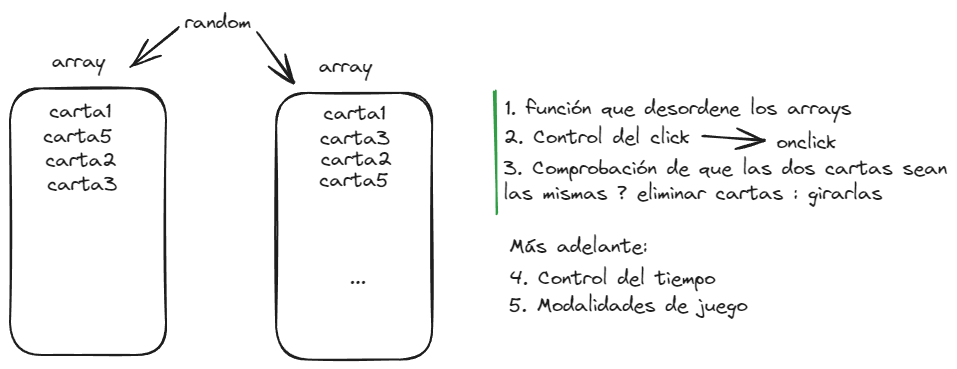
Before: esquema.excalidraw.png, a diagram exported from Excalidraw (TCM-Noel/P100_LM). Source tidied: one line per element, renumbered; positions are measured from the earlier drawing's top-left corner, leaving out a move shared by most shapes.
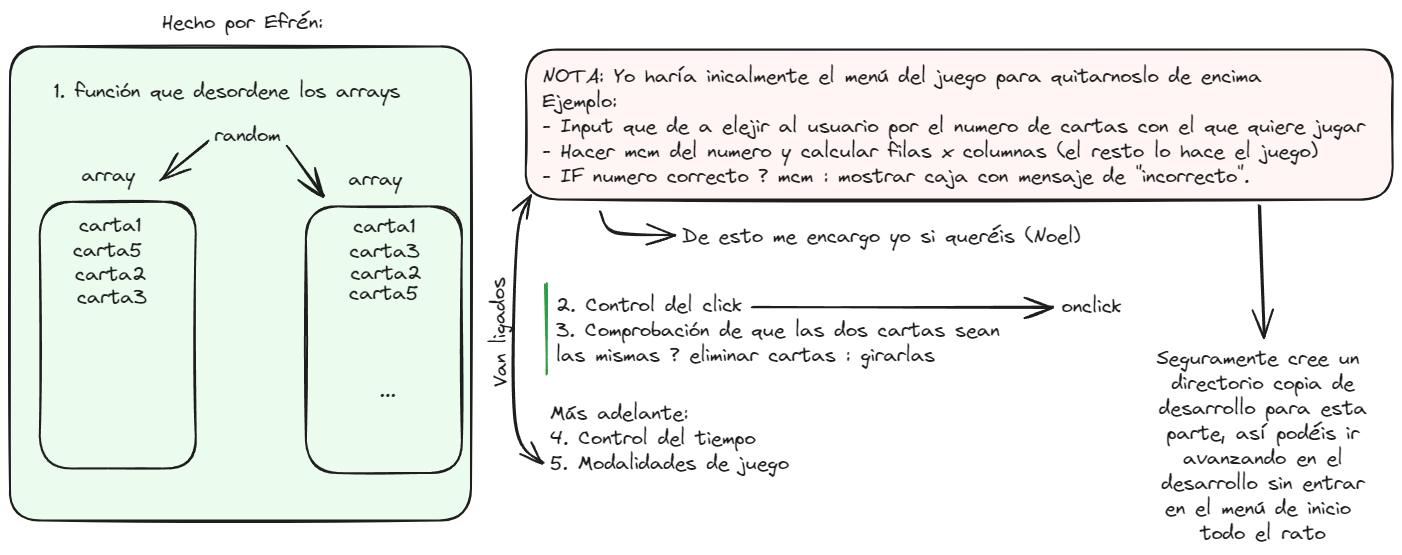
Above is the later version.

Commit message:
Cambios en el esquema para orientarnos

What changed in the source:
```diff
@@ -1,3 +1,5 @@
+{"id": 25, "type": "rectangle", "strokeColor": "#1e1e1e", "backgroundColor": "#fff5f5", "fillStyle": "solid", "strokeWidth": 2, "roughness": 1, "round": true, "x": 486, "y": -74, "width": 867, "height": 150}
+{"id": 26, "type": "rectangle", "strokeColor": "#1e1e1e", "backgroundColor": "#ebfbee", "fillStyle": "solid", "strokeWidth": 2, "roughness": 1, "round": true, "x": -30, "y": -77, "width": 461, "height": 474}
 {"id": 0, "type": "rectangle", "strokeColor": "#1e1e1e", "strokeWidth": 2, "roughness": 1, "round": true, "x": 0, "y": 78, "width": 156, "height": 267}
 {"id": 1, "type": "text", "text": "array", "strokeColor": "#1e1e1e", "strokeWidth": 2, "roughness": 1, "fontSize": 20, "fontFamily": 1, "x": 42, "y": 39, "width": 53, "height": 25}
 {"id": 2, "type": "rectangle", "strokeColor": "#1e1e1e", "strokeWidth": 2, "roughness": 1, "round": true, "x": 266, "y": 83, "width": 156, "height": 267}
@@ -13,13 +15,18 @@
 {"id": 12, "type": "text", "text": "carta2", "strokeColor": "#1e1e1e", "strokeWidth": 2, "roughness": 1, "fontSize": 20, "fontFamily": 1, "x": 35, "y": 138, "width": 71, "height": 25}
 {"id": 13, "type": "text", "text": "carta3", "strokeColor": "#1e1e1e", "strokeWidth": 2, "roughness": 1, "fontSize": 20, "fontFamily": 1, "x": 37, "y": 162, "width": 70, "height": 25}
 {"id": 14, "type": "text", "text": "carta5", "strokeColor": "#1e1e1e", "strokeWidth": 2, "roughness": 1, "fontSize": 20, "fontFamily": 1, "x": 33, "y": 114, "width": 69, "height": 25}
-{"id": 15, "type": "text", "text": "1. función que desordene los arrays", "strokeColor": "#1e1e1e", "backgroundColor": "#b2f2bb", "fillStyle": "solid", "strokeWidth": 2, "roughness": 1, "fontSize": 20, "fontFamily": 1, "x": 495, "y": 86, "width": 346, "height": 25}
+{"id": 15, "type": "text", "text": "1. función que desordene los arrays", "strokeColor": "#1e1e1e", "backgroundColor": "#b2f2bb", "fillStyle": "solid", "strokeWidth": 2, "roughness": 1, "fontSize": 20, "fontFamily": 1, "x": 14, "y": -44, "width": 346, "height": 25}
-{"id": 16, "type": "text", "text": "2. Control del click", "strokeColor": "#1e1e1e", "backgroundColor": "#b2f2bb", "fillStyle": "solid", "strokeWidth": 2, "roughness": 1, "fontSize": 20, "fontFamily": 1, "x": 493, "y": 115, "width": 186, "height": 25}
+{"id": 16, "type": "text", "text": "2. Control del click\n3. Comprobación de que las dos cartas sean\nlas mismas ? eliminar cartas : girarlas", "strokeColor": "#1e1e1e", "backgroundColor": "#b2f2bb", "fillStyle": "solid", "strokeWidth": 2, "roughness": 1, "fontSize": 20, "fontFamily": 1, "x": 516, "y": 169, "width": 444, "height": 75}
-{"id": 17, "type": "arrow", "strokeColor": "#1e1e1e", "backgroundColor": "#b2f2bb", "fillStyle": "solid", "strokeWidth": 2, "roughness": 1, "endArrowhead": "arrow", "round": true, "from": 16, "to": 18, "x": 693, "y": 125, "width": 60, "height": 5, "points": [[0, 0], [60, 5]]}
+{"id": 17, "type": "arrow", "strokeColor": "#1e1e1e", "backgroundColor": "#b2f2bb", "fillStyle": "solid", "strokeWidth": 2, "roughness": 1, "endArrowhead": "arrow", "round": true, "to": 18, "x": 713, "y": 183, "width": 299, "height": 1, "points": [[0, 0], [299, 1]]}
-{"id": 18, "type": "text", "text": "onclick", "strokeColor": "#1e1e1e", "backgroundColor": "#b2f2bb", "fillStyle": "solid", "strokeWidth": 2, "roughness": 1, "fontSize": 20, "fontFamily": 1, "x": 766, "y": 120, "width": 60, "height": 25}
+{"id": 18, "type": "text", "text": "onclick", "strokeColor": "#1e1e1e", "backgroundColor": "#b2f2bb", "fillStyle": "solid", "strokeWidth": 2, "roughness": 1, "fontSize": 20, "fontFamily": 1, "x": 1022, "y": 171, "width": 60, "height": 25}
-{"id": 19, "type": "text", "text": "3. Comprobación de que las dos cartas sean\nlas mismas ? eliminar cartas : girarlas", "strokeColor": "#1e1e1e", "backgroundColor": "#b2f2bb", "fillStyle": "solid", "strokeWidth": 2, "roughness": 1, "fontSize": 20, "fontFamily": 1, "x": 493, "y": 146, "width": 444, "height": 50}
-{"id": 20, "type": "text", "text": "Más adelante:\n", "strokeColor": "#1e1e1e", "backgroundColor": "#b2f2bb", "fillStyle": "solid", "strokeWidth": 2, "roughness": 1, "fontSize": 20, "fontFamily": 1, "x": 499, "y": 224, "width": 138, "height": 50}
-{"id": 21, "type": "text", "text": "4. Control del tiempo", "strokeColor": "#1e1e1e", "backgroundColor": "#b2f2bb", "fillStyle": "solid", "strokeWidth": 2, "roughness": 1, "fontSize": 20, "fontFamily": 1, "x": 500, "y": 256, "width": 206, "height": 25}
+{"id": 21, "type": "text", "text": "Más adelante:\n4. Control del tiempo\n5. Modalidades de juego", "strokeColor": "#1e1e1e", "backgroundColor": "#b2f2bb", "fillStyle": "solid", "strokeWidth": 2, "roughness": 1, "fontSize": 20, "fontFamily": 1, "x": 510, "y": 278, "width": 239, "height": 75}
-{"id": 22, "type": "text", "text": "5. Modalidades de juego", "strokeColor": "#1e1e1e", "backgroundColor": "#b2f2bb", "fillStyle": "solid", "strokeWidth": 2, "roughness": 1, "fontSize": 20, "fontFamily": 1, "x": 499, "y": 283, "width": 239, "height": 25}
-{"id": 23, "type": "line", "strokeColor": "#2f9e44", "backgroundColor": "#b2f2bb", "fillStyle": "solid", "strokeWidth": 2, "roughness": 1, "round": true, "x": 484, "y": 82, "width": 2, "height": 122, "points": [[0, 0], [2, 122]]}
+{"id": 23, "type": "line", "strokeColor": "#2f9e44", "backgroundColor": "#b2f2bb", "fillStyle": "solid", "strokeWidth": 2, "roughness": 1, "round": true, "x": 506, "y": 161, "width": 1, "height": 89, "points": [[0, 0], [1, 89]]}
 {"id": 24, "type": "arrow", "strokeColor": "#1e1e1e", "backgroundColor": "#b2f2bb", "fillStyle": "solid", "strokeWidth": 2, "roughness": 1, "endArrowhead": "arrow", "round": true, "from": 9, "to": 2, "x": 248, "y": 23, "width": 37, "height": 49, "points": [[0, 0], [37, 49]]}
+{"id": 27, "type": "text", "text": "NOTA: Yo haría inicalmente el menú del juego para quitarnoslo de encima\nEjemplo:\n- Input que de a elejir al usuario por el numero de cartas con el que quiere jugar\n- Hacer mcm del numero y calcular filas x columnas (el resto lo hace el juego)\n- IF numero correcto ? mcm : mostrar caja con mensaje de \"incorrecto\".\n", "strokeColor": "#1e1e1e", "backgroundColor": "#ebfbee", "fillStyle": "solid", "strokeWidth": 2, "roughness": 1, "fontSize": 20, "fontFamily": 1, "x": 502, "y": -59, "width": 823, "height": 150}
+{"id": 28, "type": "text", "text": "Hecho por Efrén:", "strokeColor": "#1e1e1e", "backgroundColor": "#ebfbee", "fillStyle": "solid", "strokeWidth": 2, "roughness": 1, "fontSize": 20, "fontFamily": 1, "x": 122, "y": -113, "width": 161, "height": 25}
+{"id": 29, "type": "arrow", "strokeColor": "#1e1e1e", "backgroundColor": "#fff5f5", "fillStyle": "solid", "strokeWidth": 2, "roughness": 1, "endArrowhead": "arrow", "round": true, "from": 25, "to": 30, "x": 560, "y": 88, "width": 75, "height": 25, "points": [[0, 0], [15, 22], [75, 25]]}
+{"id": 30, "type": "text", "text": "De esto me encargo yo si queréis (Noel)", "strokeColor": "#1e1e1e", "backgroundColor": "#fff5f5", "fillStyle": "solid", "strokeWidth": 2, "roughness": 1, "fontSize": 20, "fontFamily": 1, "x": 642, "y": 100, "width": 398, "height": 25}
+{"id": 31, "type": "arrow", "strokeColor": "#1e1e1e", "backgroundColor": "#fff5f5", "fillStyle": "solid", "strokeWidth": 2, "roughness": 1, "startArrowhead": "arrow", "endArrowhead": "arrow", "round": true, "from": 21, "to": 27, "x": 503, "y": 340, "width": 27, "height": 267, "points": [[0, 0], [-27, -42], [-26, -221], [-13, -267]]}
+{"id": 32, "type": "text", "text": "Van ligados", "strokeColor": "#1e1e1e", "angle": 4.69, "backgroundColor": "#fff5f5", "fillStyle": "solid", "strokeWidth": 2, "roughness": 1, "fontSize": 20, "fontFamily": 1, "x": 405, "y": 196, "width": 109, "height": 25}
+{"id": 33, "type": "arrow", "strokeColor": "#1e1e1e", "backgroundColor": "#fff5f5", "fillStyle": "solid", "strokeWidth": 2, "roughness": 1, "endArrowhead": "arrow", "round": true, "from": 25, "to": 34, "x": 1220, "y": 82, "width": 5, "height": 131, "points": [[0, 0], [5, 131]]}
+{"id": 34, "type": "text", "text": "Seguramente cree un \ndirectorio copia de\ndesarrollo para esta\nparte, así podéis ir\navanzando en el\ndesarrollo sin entrar\nen el menú de inicio \ntodo el rato", "strokeColor": "#1e1e1e", "backgroundColor": "#fff5f5", "fillStyle": "solid", "strokeWidth": 2, "roughness": 1, "fontSize": 20, "fontFamily": 1, "textAlign": "center", "x": 1117, "y": 222, "width": 213, "height": 200}
```
